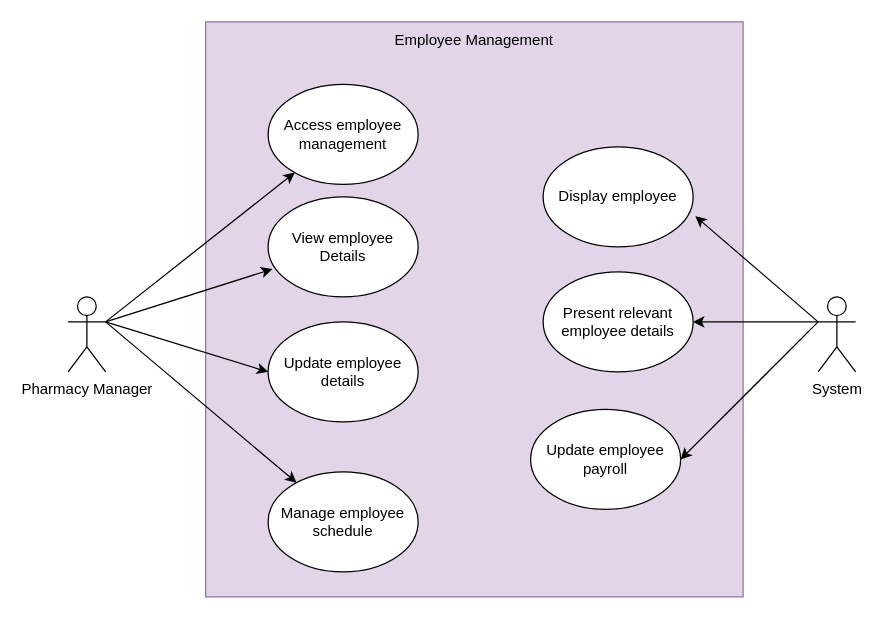
Before: EmployeeManagementUsercase.drawio in Life-Pill/Life-Pill, a draw.io diagram. Source tidied: cells renumbered, new cells numbered last; positions are measured from the earlier drawing's top-left corner, leaving out a move shared by most shapes. Both pictures are drawn from the tidied source at 125%, with x=0, y=0 at pixel (68, 21).
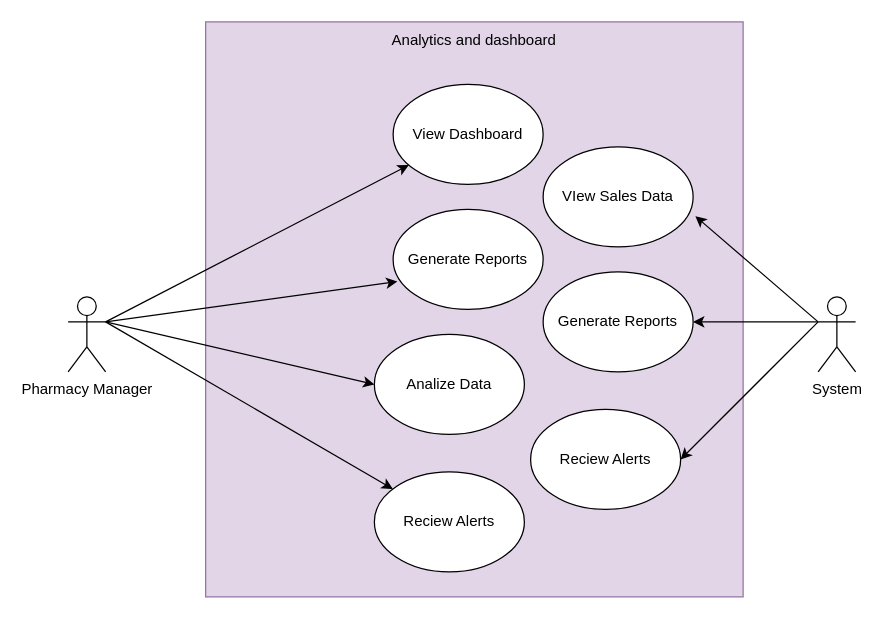
After the change.

What changed in the source:
```diff
@@
 <mxGraphModel>
   <root>
     <mxCell id="0" />
     <mxCell id="1" parent="0" />
     <mxCell id="2" style="rounded=0;whiteSpace=wrap;html=1;fillColor=#e1d5e7;strokeColor=#9673a6;" parent="1" vertex="1">
       <mxGeometry x="110" width="430" height="460" as="geometry" />
     </mxCell>
     <mxCell id="3" style="edgeStyle=none;rounded=0;jettySize=auto;html=1;exitX=1;exitY=0.3333333333333333;exitDx=0;exitDy=0;exitPerimeter=0;" parent="1" edge="1" source="6" target="10">
       <mxGeometry relative="1" as="geometry" />
     </mxCell>
     <mxCell id="4" style="edgeStyle=none;rounded=0;jettySize=auto;html=1;exitX=1;exitY=0.3333333333333333;exitDx=0;exitDy=0;exitPerimeter=0;entryX=0;entryY=0.5;entryDx=0;entryDy=0;" parent="1" edge="1" source="6" target="12">
       <mxGeometry relative="1" as="geometry" />
     </mxCell>
     <mxCell id="5" style="edgeStyle=none;rounded=0;jettySize=auto;html=1;exitX=1;exitY=0.3333333333333333;exitDx=0;exitDy=0;exitPerimeter=0;" parent="1" edge="1" source="6" target="13">
       <mxGeometry relative="1" as="geometry" />
     </mxCell>
     <mxCell id="6" value="Pharmacy Manager" style="shape=umlActor;verticalLabelPosition=bottom;verticalAlign=top;html=1;outlineConnect=0;" parent="1" vertex="1">
       <mxGeometry y="220" width="30" height="60" as="geometry" />
     </mxCell>
     <mxCell id="7" style="edgeStyle=none;rounded=0;jettySize=auto;html=1;exitX=0;exitY=0.3333333333333333;exitDx=0;exitDy=0;exitPerimeter=0;" parent="1" edge="1" source="9" target="15">
       <mxGeometry relative="1" as="geometry" />
     </mxCell>
     <mxCell id="8" style="edgeStyle=none;rounded=0;jettySize=auto;html=1;exitX=0;exitY=0.3333333333333333;exitDx=0;exitDy=0;exitPerimeter=0;entryX=1;entryY=0.5;entryDx=0;entryDy=0;" parent="1" edge="1" source="9" target="14">
       <mxGeometry relative="1" as="geometry" />
     </mxCell>
     <mxCell id="9" value="System" style="shape=umlActor;verticalLabelPosition=bottom;verticalAlign=top;html=1;outlineConnect=0;" parent="1" vertex="1">
       <mxGeometry x="600" y="220" width="30" height="60" as="geometry" />
     </mxCell>
-    <mxCell id="10" value="Access employee management" style="ellipse;whiteSpace=wrap;html=1;" parent="1" vertex="1">
-      <mxGeometry x="160" y="50" width="120" height="80" as="geometry" />
+    <mxCell id="10" value="View Dashboard" style="ellipse;whiteSpace=wrap;html=1;" parent="1" vertex="1">
+      <mxGeometry x="260" y="50" width="120" height="80" as="geometry" />
     </mxCell>
-    <mxCell id="11" value="View employee Details" style="ellipse;whiteSpace=wrap;html=1;" parent="1" vertex="1">
-      <mxGeometry x="160" y="140" width="120" height="80" as="geometry" />
+    <mxCell id="11" value="Generate Reports" style="ellipse;whiteSpace=wrap;html=1;" parent="1" vertex="1">
+      <mxGeometry x="260" y="150" width="120" height="80" as="geometry" />
     </mxCell>
-    <mxCell id="12" value="Update employee details" style="ellipse;whiteSpace=wrap;html=1;" parent="1" vertex="1">
-      <mxGeometry x="160" y="240" width="120" height="80" as="geometry" />
+    <mxCell id="12" value="Analize Data" style="ellipse;whiteSpace=wrap;html=1;" parent="1" vertex="1">
+      <mxGeometry x="245" y="250" width="120" height="80" as="geometry" />
     </mxCell>
-    <mxCell id="13" value="Manage employee schedule" style="ellipse;whiteSpace=wrap;html=1;" parent="1" vertex="1">
-      <mxGeometry x="160" y="360" width="120" height="80" as="geometry" />
+    <mxCell id="13" value="Reciew Alerts" style="ellipse;whiteSpace=wrap;html=1;" parent="1" vertex="1">
+      <mxGeometry x="245" y="360" width="120" height="80" as="geometry" />
     </mxCell>
-    <mxCell id="14" value="Update employee payroll" style="ellipse;whiteSpace=wrap;html=1;" parent="1" vertex="1">
+    <mxCell id="14" value="Reciew Alerts" style="ellipse;whiteSpace=wrap;html=1;" parent="1" vertex="1">
       <mxGeometry x="370" y="310" width="120" height="80" as="geometry" />
     </mxCell>
-    <mxCell id="15" value="Present relevant employee details" style="ellipse;whiteSpace=wrap;html=1;" parent="1" vertex="1">
+    <mxCell id="15" value="Generate Reports" style="ellipse;whiteSpace=wrap;html=1;" parent="1" vertex="1">
       <mxGeometry x="380" y="200" width="120" height="80" as="geometry" />
     </mxCell>
-    <mxCell id="16" value="Display employee" style="ellipse;whiteSpace=wrap;html=1;" parent="1" vertex="1">
+    <mxCell id="16" value="VIew Sales Data" style="ellipse;whiteSpace=wrap;html=1;" parent="1" vertex="1">
       <mxGeometry x="380" y="100" width="120" height="80" as="geometry" />
     </mxCell>
     <mxCell id="17" style="edgeStyle=none;rounded=0;jettySize=auto;html=1;exitX=1;exitY=0.3333333333333333;exitDx=0;exitDy=0;exitPerimeter=0;entryX=0.028;entryY=0.722;entryDx=0;entryDy=0;entryPerimeter=0;" parent="1" edge="1" source="6" target="11">
       <mxGeometry relative="1" as="geometry" />
     </mxCell>
     <mxCell id="18" style="edgeStyle=none;rounded=0;jettySize=auto;html=1;exitX=0;exitY=0.3333333333333333;exitDx=0;exitDy=0;exitPerimeter=0;entryX=1.015;entryY=0.693;entryDx=0;entryDy=0;entryPerimeter=0;" parent="1" edge="1" source="9" target="16">
       <mxGeometry relative="1" as="geometry" />
     </mxCell>
-    <mxCell id="19" value="Employee Management" style="text;html=1;align=center;verticalAlign=middle;whiteSpace=wrap;rounded=0;" parent="1" vertex="1">
+    <mxCell id="19" value="Analytics and dashboard" style="text;html=1;align=center;verticalAlign=middle;whiteSpace=wrap;rounded=0;" parent="1" vertex="1">
       <mxGeometry x="250" width="150" height="30" as="geometry" />
     </mxCell>
   </root>
 </mxGraphModel>
```
